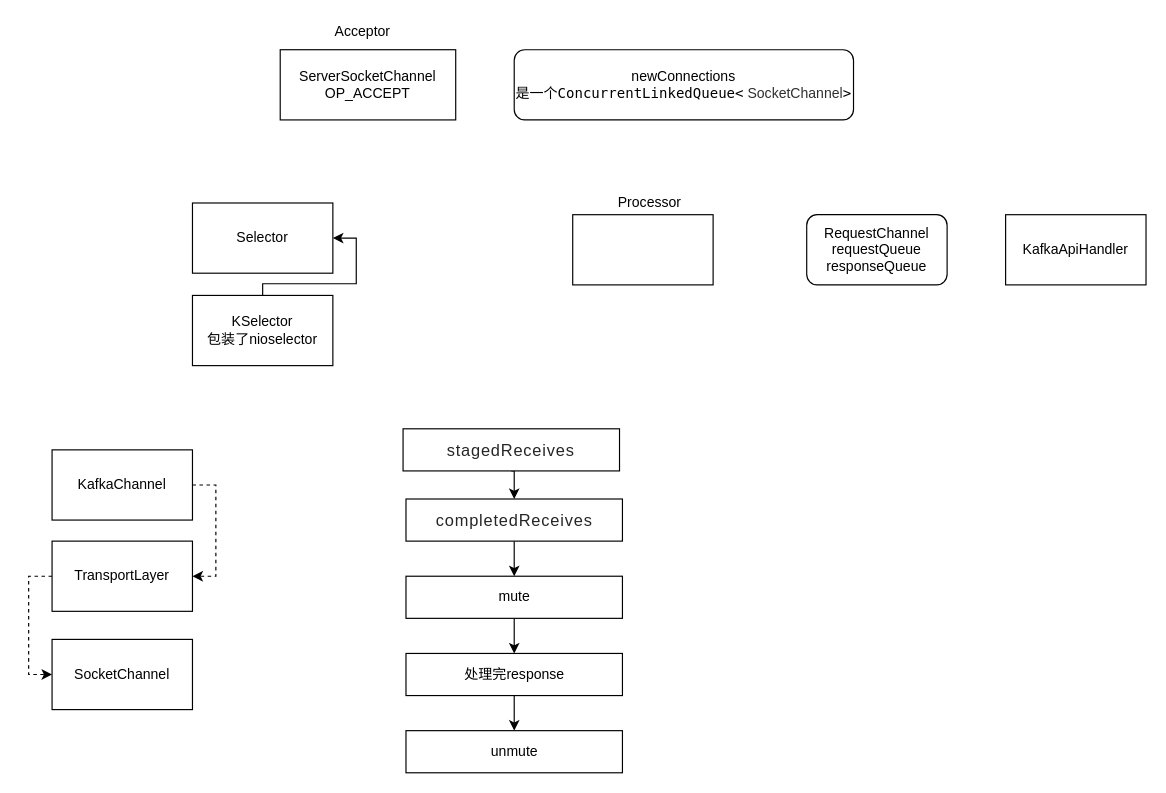
The draw.io diagram kafka.drawio in jintianfan/draw-arc, before the edit. Source tidied: cells renumbered, new cells numbered last; positions are measured from the earlier drawing's top-left corner, leaving out a move shared by most shapes. Both pictures are drawn from the tidied source at 117%, with x=0, y=0 at pixel (51, 20).
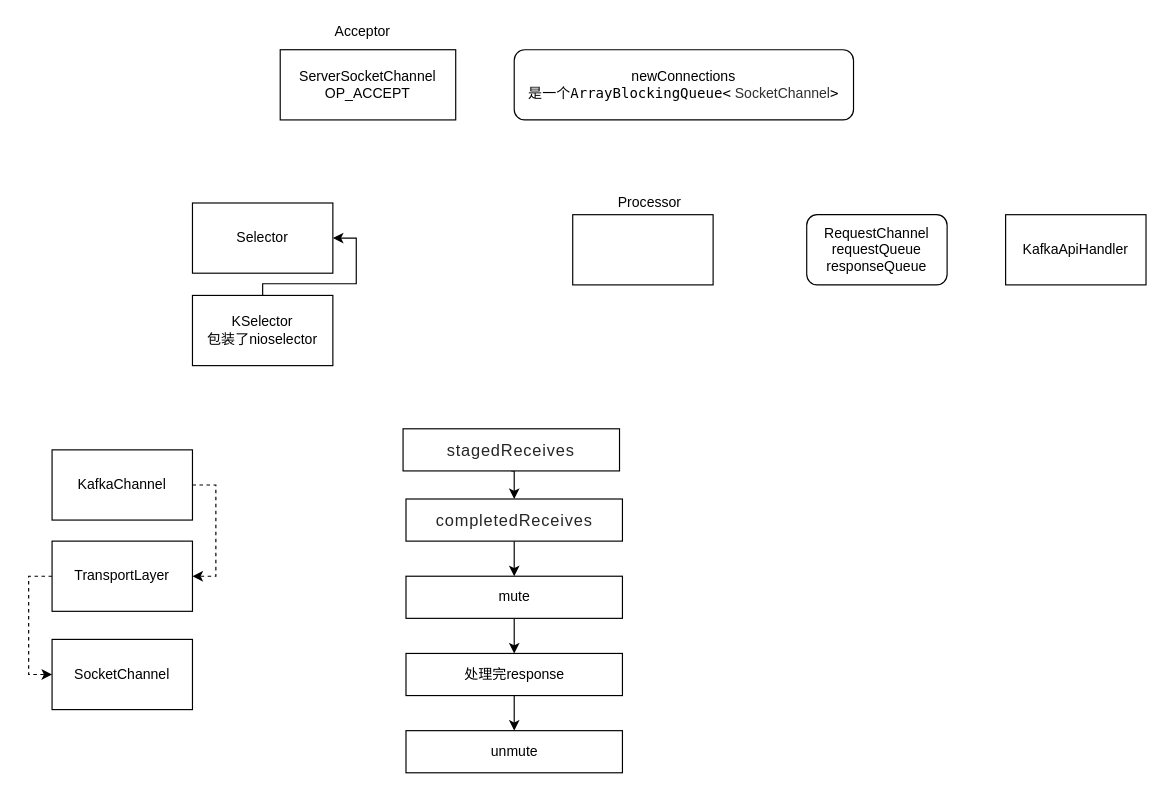
Above is the later version.

The edit, as a diff of the source:
```diff
@@
-    <mxCell id="4" value="&lt;font style=&quot;font-size: 12px&quot;&gt;newConnections&lt;br&gt;是一个&lt;span style=&quot;font-family: &amp;#34;menlo&amp;#34; ; background-color: rgb(255 , 255 , 255)&quot;&gt;ConcurrentLinkedQueue&amp;lt;&lt;/span&gt;&lt;span style=&quot;color: rgb(47 , 47 , 47) ; background-color: rgb(255 , 255 , 255)&quot;&gt;&amp;nbsp;SocketChannel&lt;/span&gt;&lt;span style=&quot;font-family: &amp;#34;menlo&amp;#34; ; background-color: rgb(255 , 255 , 255)&quot;&gt;&amp;gt;&lt;/span&gt;&lt;/font&gt;" style="rounded=1;whiteSpace=wrap;html=1;" parent="1" vertex="1">
+    <mxCell id="4" value="&lt;font style=&quot;font-size: 12px&quot;&gt;newConnections&lt;br&gt;是一个&lt;span style=&quot;background-color: rgb(255 , 255 , 255) ; font-family: &amp;#34;menlo&amp;#34; ; font-size: 9pt&quot;&gt;ArrayBlockingQueue&lt;/span&gt;&lt;span style=&quot;font-family: &amp;#34;menlo&amp;#34; ; background-color: rgb(255 , 255 , 255)&quot;&gt;&amp;lt;&lt;/span&gt;&lt;span style=&quot;color: rgb(47 , 47 , 47) ; background-color: rgb(255 , 255 , 255)&quot;&gt;&amp;nbsp;SocketChannel&lt;/span&gt;&lt;span style=&quot;font-family: &amp;#34;menlo&amp;#34; ; background-color: rgb(255 , 255 , 255)&quot;&gt;&amp;gt;&lt;/span&gt;&lt;br&gt;&lt;/font&gt;" style="rounded=1;whiteSpace=wrap;html=1;" parent="1" vertex="1">
       <mxGeometry x="395" y="25" width="290" height="60" as="geometry" />
     </mxCell>
```
